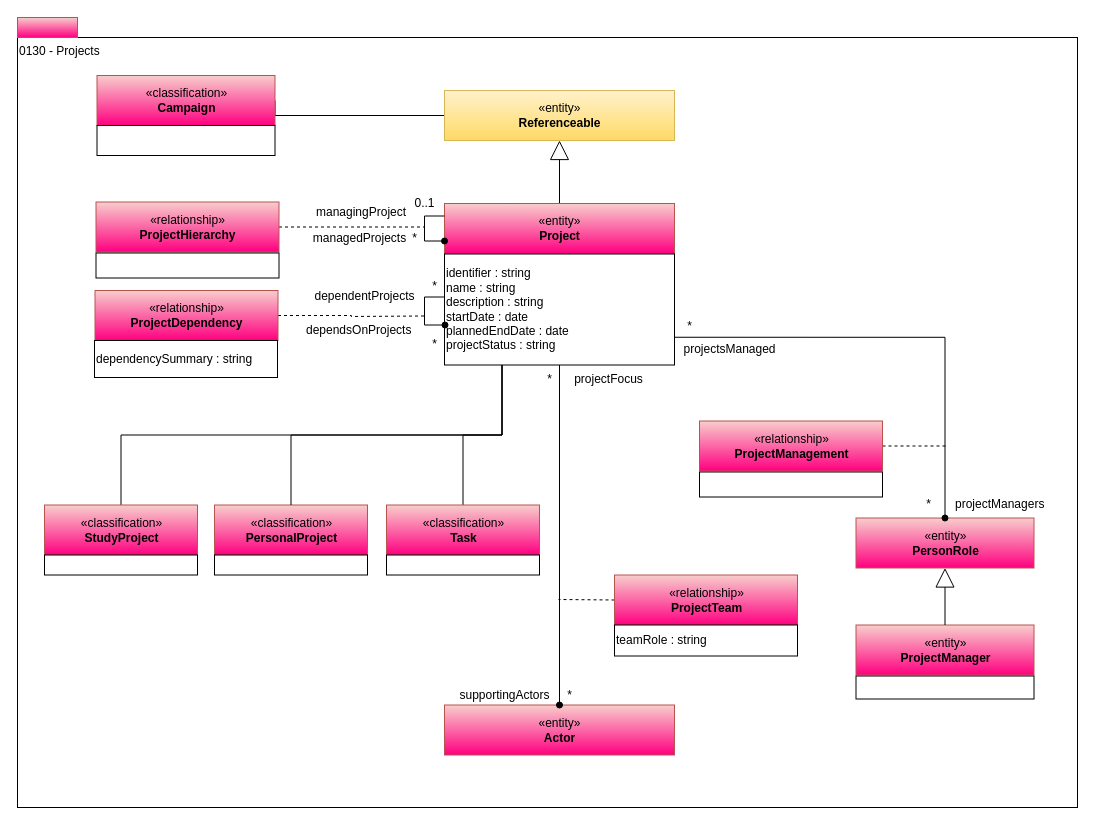
The draw.io diagram page "0130-Projects" (7 of 13) of site/docs/types/1/area-1-collaboration.drawio in odpi/egeria-docs, before the edit. Source tidied: cells renumbered, new cells numbered last; positions are measured from the earlier drawing's top-left corner, leaving out a move shared by most shapes. Both pictures are drawn from the tidied source at 100%, with x=0, y=0 at pixel (17, 17).
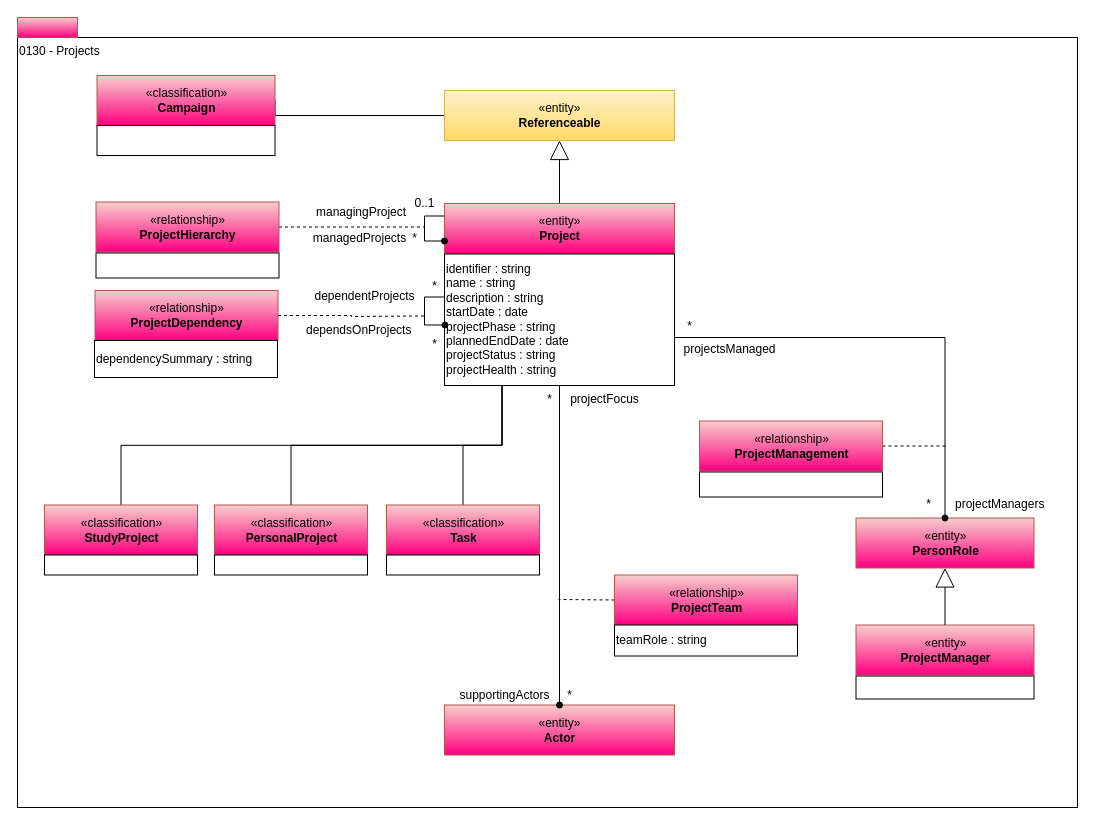
Above is the later version.

The edit, as a diff of the source:
```diff
@@
-    <mxCell id="8" value="identifier : string&lt;br&gt;name : string&lt;br&gt;description : string&lt;br&gt;startDate : date&lt;br&gt;plannedEndDate : date&lt;br&gt;projectStatus : string" style="rounded=0;whiteSpace=wrap;html=1;align=left;" parent="1" vertex="1">
-      <mxGeometry x="427" y="236.5" width="230" height="111" as="geometry" />
+    <mxCell id="8" value="identifier : string&lt;br&gt;name : string&lt;br&gt;description : string&lt;br&gt;startDate : date&lt;div&gt;projectPhase : string&lt;br&gt;plannedEndDate : date&lt;br&gt;projectStatus : string&lt;div&gt;projectHealth : string&lt;/div&gt;&lt;/div&gt;" style="rounded=0;whiteSpace=wrap;html=1;align=left;" parent="1" vertex="1">
+      <mxGeometry x="427" y="236.5" width="230" height="131.5" as="geometry" />
     </mxCell>
@@
     <mxCell id="34" value="*" style="text;html=1;align=center;verticalAlign=top;spacingTop=-4;" parent="1" vertex="1">
-      <mxGeometry x="522" y="352" width="20" height="20" as="geometry" />
+      <mxGeometry x="522" y="372" width="20" height="20" as="geometry" />
     </mxCell>
@@
     <mxCell id="36" value="projectFocus" style="text;html=1;align=center;verticalAlign=top;spacingTop=-4;" parent="1" vertex="1">
-      <mxGeometry x="550.5" y="352" width="80" height="20" as="geometry" />
+      <mxGeometry x="547" y="372" width="80" height="20" as="geometry" />
     </mxCell>
```
